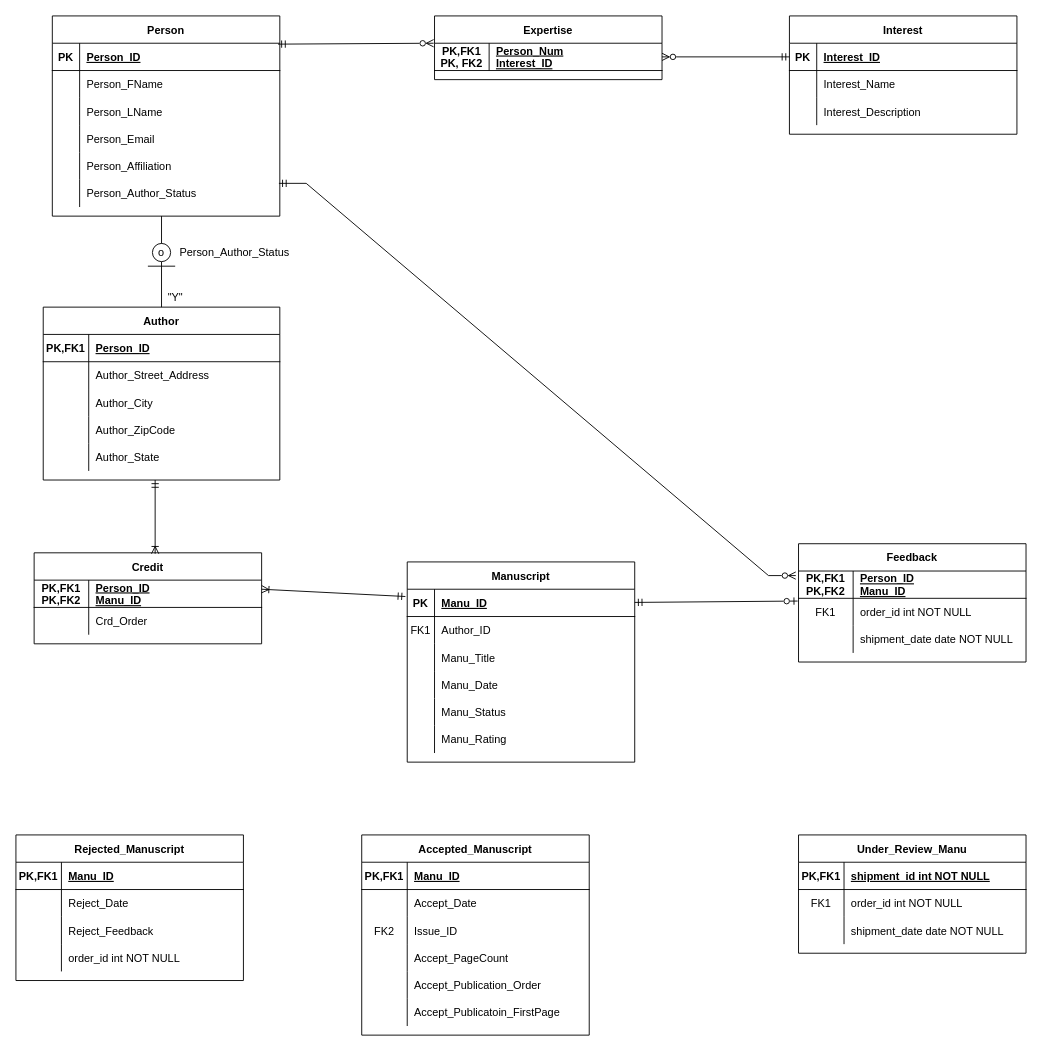
This is Untitled Diagram.drawio from kwoehrer/DatabaseHw, a draw.io file, before an edit. Source tidied: cells renumbered, new cells numbered last; positions are measured from the earlier drawing's top-left corner, leaving out a move shared by most shapes. Both pictures are drawn from the tidied source at 91%, with x=0, y=0 at pixel (15, 15).
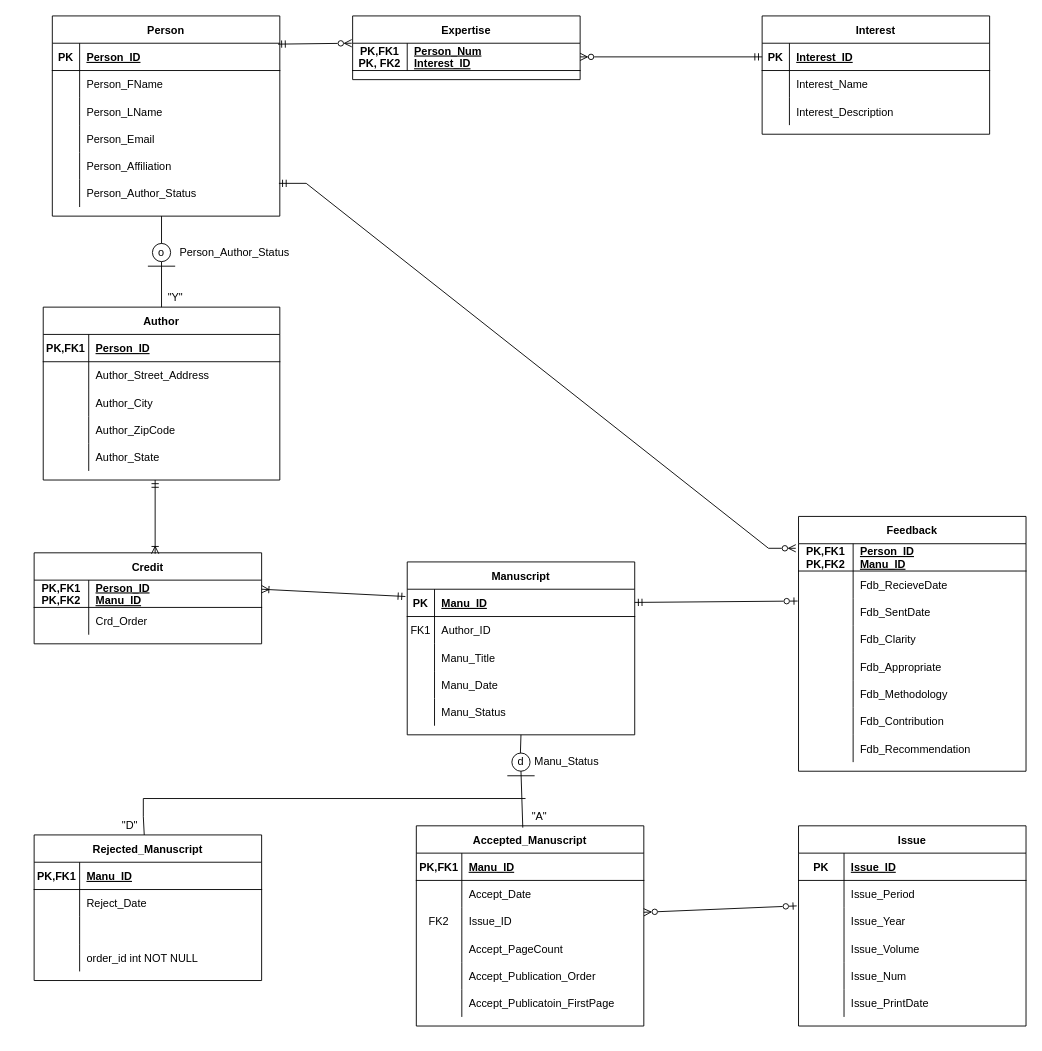
The same diagram, later.

Unchanged cells that the change refers to:
```xml
<mxCell id="83" style="shape=partialRectangle;fillColor=none;points=[[0,0.5],[1,0.5]];portConstraint=eastwest;top=0;left=0;right=0;bottom=0;" parent="76" vertex="1">
  <mxGeometry y="90" width="250" height="30" as="geometry" />
</mxCell>
<mxCell id="102" style="shape=partialRectangle;fillColor=none;top=0;left=0;right=0;bottom=0;" parent="95" vertex="1">
  <mxGeometry y="90" width="250" height="30" as="geometry" />
</mxCell>
```

What changed in the source:
```diff
@@
     <mxCell id="2" value="Manuscript" style="shape=table;startSize=30;childLayout=tableLayout;rowLines=0;fontStyle=1;align=center;" parent="1" vertex="1">
-      <mxGeometry x="430" y="600" width="250" height="220" as="geometry" />
+      <mxGeometry x="430" y="600" width="250" height="190" as="geometry" />
     </mxCell>
@@
-    <mxCell id="18" style="shape=partialRectangle;fillColor=none;top=0;left=0;right=0;bottom=0;" parent="2" vertex="1">
-      <mxGeometry y="180" width="250" height="30" as="geometry" />
-    </mxCell>
-    <mxCell id="19" style="shape=partialRectangle;overflow=hidden;fillColor=none;top=0;left=0;bottom=0;right=0;" parent="18" vertex="1">
-      <mxGeometry width="30" height="30" as="geometry" />
-    </mxCell>
-    <mxCell id="20" value="Manu_Rating" style="shape=partialRectangle;overflow=hidden;fillColor=none;top=0;left=0;bottom=0;right=0;align=left;spacingLeft=6;" parent="18" vertex="1">
-      <mxGeometry x="30" width="220" height="30" as="geometry" />
-    </mxCell>
@@
     <mxCell id="56" value="Feedback" style="shape=table;startSize=30;childLayout=tableLayout;rowLines=0;fontStyle=1;align=center;" parent="1" vertex="1">
-      <mxGeometry x="860" y="580" width="250" height="130" as="geometry" />
+      <mxGeometry x="860" y="550" width="250" height="280" as="geometry" />
     </mxCell>
@@
+    <mxCell id="140" style="shape=partialRectangle;fillColor=none;top=0;left=0;right=0;bottom=0;" parent="56" vertex="1">
+      <mxGeometry y="60" width="250" height="30" as="geometry" />
+    </mxCell>
+    <mxCell id="141" style="shape=partialRectangle;overflow=hidden;fillColor=none;top=0;left=0;bottom=0;right=0;" parent="140" vertex="1">
+      <mxGeometry width="60" height="30" as="geometry" />
+    </mxCell>
+    <mxCell id="142" value="Fdb_RecieveDate" style="shape=partialRectangle;overflow=hidden;fillColor=none;top=0;left=0;bottom=0;right=0;align=left;spacingLeft=6;" parent="140" vertex="1">
+      <mxGeometry x="60" width="190" height="30" as="geometry" />
+    </mxCell>
     <mxCell id="60" style="shape=partialRectangle;fillColor=none;points=[[0,0.5],[1,0.5]];portConstraint=eastwest;top=0;left=0;right=0;bottom=0;" parent="56" vertex="1">
-      <mxGeometry y="60" width="250" height="30" as="geometry" />
+      <mxGeometry y="90" width="250" height="30" as="geometry" />
     </mxCell>
-    <mxCell id="61" value="FK1" style="shape=partialRectangle;overflow=hidden;fillColor=none;top=0;left=0;bottom=0;right=0;" parent="60" vertex="1">
+    <mxCell id="61" style="shape=partialRectangle;overflow=hidden;fillColor=none;top=0;left=0;bottom=0;right=0;" parent="60" vertex="1">
       <mxGeometry width="60" height="30" as="geometry" />
     </mxCell>
-    <mxCell id="62" value="order_id int NOT NULL" style="shape=partialRectangle;overflow=hidden;fillColor=none;top=0;left=0;bottom=0;right=0;align=left;spacingLeft=6;" parent="60" vertex="1">
+    <mxCell id="62" value="Fdb_SentDate" style="shape=partialRectangle;overflow=hidden;fillColor=none;top=0;left=0;bottom=0;right=0;align=left;spacingLeft=6;" parent="60" vertex="1">
       <mxGeometry x="60" width="190" height="30" as="geometry" />
     </mxCell>
     <mxCell id="63" style="shape=partialRectangle;fillColor=none;top=0;left=0;right=0;bottom=0;" parent="56" vertex="1">
-      <mxGeometry y="90" width="250" height="30" as="geometry" />
+      <mxGeometry y="120" width="250" height="30" as="geometry" />
     </mxCell>
@@
-    <mxCell id="65" value="shipment_date date NOT NULL" style="shape=partialRectangle;overflow=hidden;fillColor=none;top=0;left=0;bottom=0;right=0;align=left;spacingLeft=6;" parent="63" vertex="1">
+    <mxCell id="65" value="Fdb_Clarity" style="shape=partialRectangle;overflow=hidden;fillColor=none;top=0;left=0;bottom=0;right=0;align=left;spacingLeft=6;" parent="63" vertex="1">
       <mxGeometry x="60" width="190" height="30" as="geometry" />
     </mxCell>
-    <mxCell id="66" value="Under_Review_Manu" style="shape=table;startSize=30;childLayout=tableLayout;rowLines=0;fontStyle=1;align=center;" parent="1" vertex="1">
-      <mxGeometry x="860" y="900" width="250" height="130" as="geometry" />
-    </mxCell>
-    <mxCell id="67" style="shape=partialRectangle;fillColor=none;top=0;left=0;right=0;bottom=1;" parent="66" vertex="1">
-      <mxGeometry y="30" width="250" height="30" as="geometry" />
-    </mxCell>
-    <mxCell id="68" value="PK,FK1" style="shape=partialRectangle;overflow=hidden;fillColor=none;top=0;left=0;bottom=0;right=0;fontStyle=1;" parent="67" vertex="1">
-      <mxGeometry width="50" height="30" as="geometry" />
-    </mxCell>
-    <mxCell id="69" value="shipment_id int NOT NULL " style="shape=partialRectangle;overflow=hidden;fillColor=none;top=0;left=0;bottom=0;right=0;align=left;spacingLeft=6;fontStyle=5;" parent="67" vertex="1">
-      <mxGeometry x="50" width="200" height="30" as="geometry" />
-    </mxCell>
-    <mxCell id="70" style="shape=partialRectangle;fillColor=none;top=0;left=0;right=0;bottom=0;" parent="66" vertex="1">
-      <mxGeometry y="60" width="250" height="30" as="geometry" />
-    </mxCell>
-    <mxCell id="71" value="FK1" style="shape=partialRectangle;overflow=hidden;fillColor=none;top=0;left=0;bottom=0;right=0;" parent="70" vertex="1">
-      <mxGeometry width="50" height="30" as="geometry" />
-    </mxCell>
-    <mxCell id="72" value="order_id int NOT NULL" style="shape=partialRectangle;overflow=hidden;fillColor=none;top=0;left=0;bottom=0;right=0;align=left;spacingLeft=6;" parent="70" vertex="1">
-      <mxGeometry x="50" width="200" height="30" as="geometry" />
-    </mxCell>
-    <mxCell id="73" style="shape=partialRectangle;fillColor=none;points=[[0,0.5],[1,0.5]];portConstraint=eastwest;top=0;left=0;right=0;bottom=0;" parent="66" vertex="1">
-      <mxGeometry y="90" width="250" height="30" as="geometry" />
-    </mxCell>
-    <mxCell id="74" style="shape=partialRectangle;overflow=hidden;fillColor=none;top=0;left=0;bottom=0;right=0;" parent="73" vertex="1">
-      <mxGeometry width="50" height="30" as="geometry" />
-    </mxCell>
-    <mxCell id="75" value="shipment_date date NOT NULL" style="shape=partialRectangle;overflow=hidden;fillColor=none;top=0;left=0;bottom=0;right=0;align=left;spacingLeft=6;" parent="73" vertex="1">
-      <mxGeometry x="50" width="200" height="30" as="geometry" />
-    </mxCell>
+    <mxCell id="143" style="shape=partialRectangle;fillColor=none;top=0;left=0;right=0;bottom=0;" parent="56" vertex="1">
+      <mxGeometry y="150" width="250" height="30" as="geometry" />
+    </mxCell>
+    <mxCell id="144" style="shape=partialRectangle;overflow=hidden;fillColor=none;top=0;left=0;bottom=0;right=0;" parent="143" vertex="1">
+      <mxGeometry width="60" height="30" as="geometry" />
+    </mxCell>
+    <mxCell id="145" value="Fdb_Appropriate" style="shape=partialRectangle;overflow=hidden;fillColor=none;top=0;left=0;bottom=0;right=0;align=left;spacingLeft=6;" parent="143" vertex="1">
+      <mxGeometry x="60" width="190" height="30" as="geometry" />
+    </mxCell>
+    <mxCell id="146" style="shape=partialRectangle;fillColor=none;top=0;left=0;right=0;bottom=0;" parent="56" vertex="1">
+      <mxGeometry y="180" width="250" height="30" as="geometry" />
+    </mxCell>
+    <mxCell id="147" style="shape=partialRectangle;overflow=hidden;fillColor=none;top=0;left=0;bottom=0;right=0;" parent="146" vertex="1">
+      <mxGeometry width="60" height="30" as="geometry" />
+    </mxCell>
+    <mxCell id="148" value="Fdb_Methodology" style="shape=partialRectangle;overflow=hidden;fillColor=none;top=0;left=0;bottom=0;right=0;align=left;spacingLeft=6;" parent="146" vertex="1">
+      <mxGeometry x="60" width="190" height="30" as="geometry" />
+    </mxCell>
+    <mxCell id="149" style="shape=partialRectangle;fillColor=none;top=0;left=0;right=0;bottom=0;" parent="56" vertex="1">
+      <mxGeometry y="210" width="250" height="30" as="geometry" />
+    </mxCell>
+    <mxCell id="150" style="shape=partialRectangle;overflow=hidden;fillColor=none;top=0;left=0;bottom=0;right=0;" parent="149" vertex="1">
+      <mxGeometry width="60" height="30" as="geometry" />
+    </mxCell>
+    <mxCell id="151" value="Fdb_Contribution" style="shape=partialRectangle;overflow=hidden;fillColor=none;top=0;left=0;bottom=0;right=0;align=left;spacingLeft=6;" parent="149" vertex="1">
+      <mxGeometry x="60" width="190" height="30" as="geometry" />
+    </mxCell>
+    <mxCell id="152" style="shape=partialRectangle;fillColor=none;top=0;left=0;right=0;bottom=0;" parent="56" vertex="1">
+      <mxGeometry y="240" width="250" height="30" as="geometry" />
+    </mxCell>
+    <mxCell id="153" style="shape=partialRectangle;overflow=hidden;fillColor=none;top=0;left=0;bottom=0;right=0;" parent="152" vertex="1">
+      <mxGeometry width="60" height="30" as="geometry" />
+    </mxCell>
+    <mxCell id="154" value="Fdb_Recommendation" style="shape=partialRectangle;overflow=hidden;fillColor=none;top=0;left=0;bottom=0;right=0;align=left;spacingLeft=6;" parent="152" vertex="1">
+      <mxGeometry x="60" width="190" height="30" as="geometry" />
+    </mxCell>
     <mxCell id="76" value="Accepted_Manuscript" style="shape=table;startSize=30;childLayout=tableLayout;rowLines=0;fontStyle=1;align=center;" parent="1" vertex="1">
-      <mxGeometry x="380" y="900" width="250" height="220" as="geometry" />
+      <mxGeometry x="440" y="890" width="250" height="220" as="geometry" />
     </mxCell>
@@
     <mxCell id="95" value="Rejected_Manuscript" style="shape=table;startSize=30;childLayout=tableLayout;rowLines=0;fontStyle=1;align=center;" parent="1" vertex="1">
-      <mxGeometry y="900" width="250" height="160" as="geometry" />
+      <mxGeometry x="20" y="900" width="250" height="160" as="geometry" />
     </mxCell>
@@
-    <mxCell id="104" value="Reject_Feedback" style="shape=partialRectangle;overflow=hidden;fillColor=none;top=0;left=0;bottom=0;right=0;align=left;spacingLeft=6;" parent="102" vertex="1">
+    <mxCell id="104" style="shape=partialRectangle;overflow=hidden;fillColor=none;top=0;left=0;bottom=0;right=0;align=left;spacingLeft=6;" parent="102" vertex="1">
       <mxGeometry x="50" width="200" height="30" as="geometry" />
     </mxCell>
@@
     <mxCell id="108" value="Expertise" style="shape=table;startSize=30;childLayout=tableLayout;rowLines=0;fontStyle=1;align=center;" parent="1" vertex="1">
-      <mxGeometry x="460" width="250" height="70" as="geometry" />
+      <mxGeometry x="370" width="250" height="70" as="geometry" />
     </mxCell>
@@
     <mxCell id="125" value="Interest" style="shape=table;startSize=30;childLayout=tableLayout;rowLines=0;fontStyle=1;align=center;" parent="1" vertex="1">
-      <mxGeometry x="850" width="250" height="130" as="geometry" />
+      <mxGeometry x="820" width="250" height="130" as="geometry" />
     </mxCell>
@@
+    <mxCell id="155" value="Issue" style="shape=table;startSize=30;childLayout=tableLayout;rowLines=0;fontStyle=1;align=center;" parent="1" vertex="1">
+      <mxGeometry x="860" y="890" width="250" height="220" as="geometry" />
+    </mxCell>
+    <mxCell id="67" style="shape=partialRectangle;fillColor=none;top=0;left=0;right=0;bottom=1;" parent="155" vertex="1">
+      <mxGeometry y="30" width="250" height="30" as="geometry" />
+    </mxCell>
+    <mxCell id="156" value="PK" style="shape=partialRectangle;overflow=hidden;fillColor=none;top=0;left=0;bottom=0;right=0;fontStyle=1;" parent="67" vertex="1">
+      <mxGeometry width="50" height="30" as="geometry" />
+    </mxCell>
+    <mxCell id="157" value="Issue_ID" style="shape=partialRectangle;overflow=hidden;fillColor=none;top=0;left=0;bottom=0;right=0;align=left;spacingLeft=6;fontStyle=5;" parent="67" vertex="1">
+      <mxGeometry x="50" width="200" height="30" as="geometry" />
+    </mxCell>
+    <mxCell id="158" style="shape=partialRectangle;fillColor=none;top=0;left=0;right=0;bottom=0;" parent="155" vertex="1">
+      <mxGeometry y="60" width="250" height="30" as="geometry" />
+    </mxCell>
+    <mxCell id="159" style="shape=partialRectangle;overflow=hidden;fillColor=none;top=0;left=0;bottom=0;right=0;" parent="158" vertex="1">
+      <mxGeometry width="50" height="30" as="geometry" />
+    </mxCell>
+    <mxCell id="160" value="Issue_Period" style="shape=partialRectangle;overflow=hidden;fillColor=none;top=0;left=0;bottom=0;right=0;align=left;spacingLeft=6;" parent="158" vertex="1">
+      <mxGeometry x="50" width="200" height="30" as="geometry" />
+    </mxCell>
+    <mxCell id="73" style="shape=partialRectangle;fillColor=none;points=[[0,0.5],[1,0.5]];portConstraint=eastwest;top=0;left=0;right=0;bottom=0;" parent="155" vertex="1">
+      <mxGeometry y="90" width="250" height="30" as="geometry" />
+    </mxCell>
+    <mxCell id="161" style="shape=partialRectangle;overflow=hidden;fillColor=none;top=0;left=0;bottom=0;right=0;" parent="73" vertex="1">
+      <mxGeometry width="50" height="30" as="geometry" />
+    </mxCell>
+    <mxCell id="162" value="Issue_Year" style="shape=partialRectangle;overflow=hidden;fillColor=none;top=0;left=0;bottom=0;right=0;align=left;spacingLeft=6;" parent="73" vertex="1">
+      <mxGeometry x="50" width="200" height="30" as="geometry" />
+    </mxCell>
+    <mxCell id="163" style="shape=partialRectangle;fillColor=none;top=0;left=0;right=0;bottom=0;" parent="155" vertex="1">
+      <mxGeometry y="120" width="250" height="30" as="geometry" />
+    </mxCell>
+    <mxCell id="164" style="shape=partialRectangle;overflow=hidden;fillColor=none;top=0;left=0;bottom=0;right=0;" parent="163" vertex="1">
+      <mxGeometry width="50" height="30" as="geometry" />
+    </mxCell>
+    <mxCell id="165" value="Issue_Volume" style="shape=partialRectangle;overflow=hidden;fillColor=none;top=0;left=0;bottom=0;right=0;align=left;spacingLeft=6;" parent="163" vertex="1">
+      <mxGeometry x="50" width="200" height="30" as="geometry" />
+    </mxCell>
+    <mxCell id="166" style="shape=partialRectangle;fillColor=none;top=0;left=0;right=0;bottom=0;" parent="155" vertex="1">
+      <mxGeometry y="150" width="250" height="30" as="geometry" />
+    </mxCell>
+    <mxCell id="167" style="shape=partialRectangle;overflow=hidden;fillColor=none;top=0;left=0;bottom=0;right=0;" parent="166" vertex="1">
+      <mxGeometry width="50" height="30" as="geometry" />
+    </mxCell>
+    <mxCell id="168" value="Issue_Num" style="shape=partialRectangle;overflow=hidden;fillColor=none;top=0;left=0;bottom=0;right=0;align=left;spacingLeft=6;" parent="166" vertex="1">
+      <mxGeometry x="50" width="200" height="30" as="geometry" />
+    </mxCell>
+    <mxCell id="169" style="shape=partialRectangle;fillColor=none;top=0;left=0;right=0;bottom=0;" parent="155" vertex="1">
+      <mxGeometry y="180" width="250" height="30" as="geometry" />
+    </mxCell>
+    <mxCell id="170" style="shape=partialRectangle;overflow=hidden;fillColor=none;top=0;left=0;bottom=0;right=0;" parent="169" vertex="1">
+      <mxGeometry width="50" height="30" as="geometry" />
+    </mxCell>
+    <mxCell id="171" value="Issue_PrintDate" style="shape=partialRectangle;overflow=hidden;fillColor=none;top=0;left=0;bottom=0;right=0;align=left;spacingLeft=6;" parent="169" vertex="1">
+      <mxGeometry x="50" width="200" height="30" as="geometry" />
+    </mxCell>
+    <mxCell id="172" style="endArrow=none;html=1;rounded=0;entryX=0.5;entryY=1;entryDx=0;entryDy=0;exitX=0.468;exitY=0.009;exitDx=0;exitDy=0;exitPerimeter=0;startArrow=none;" parent="1" edge="1" source="177" target="2">
+      <mxGeometry relative="1" as="geometry" />
+    </mxCell>
+    <mxCell id="173" style="endArrow=none;html=1;rounded=0;" parent="1" edge="1">
+      <mxGeometry relative="1" as="geometry">
+        <mxPoint x="140" y="860" as="sourcePoint" />
+        <mxPoint x="560" y="860" as="targetPoint" />
+      </mxGeometry>
+    </mxCell>
+    <mxCell id="174" style="endArrow=none;html=1;rounded=0;" parent="1" edge="1" source="95">
+      <mxGeometry relative="1" as="geometry">
+        <mxPoint x="140" y="860" as="targetPoint" />
+        <Array as="points">
+          <mxPoint x="140" y="880" />
+        </Array>
+      </mxGeometry>
+    </mxCell>
+    <mxCell id="175" style="endArrow=ERzeroToOne;html=1;rounded=0;exitX=1;exitY=0.167;exitDx=0;exitDy=0;exitPerimeter=0;entryX=-0.008;entryY=-0.067;entryDx=0;entryDy=0;entryPerimeter=0;startArrow=ERzeroToMany;startFill=0;endFill=0;" parent="1" edge="1" source="83" target="73">
+      <mxGeometry relative="1" as="geometry" />
+    </mxCell>
+    <mxCell id="176" value="Manu_Status" style="text;html=1;align=center;verticalAlign=middle;strokeColor=none;fillColor=none;" parent="1" vertex="1">
+      <mxGeometry x="560" y="810" width="90" height="20" as="geometry" />
+    </mxCell>
+    <mxCell id="177" value="d" style="ellipse;whiteSpace=wrap;html=1;" parent="1" vertex="1">
+      <mxGeometry x="545" y="810" width="20" height="20" as="geometry" />
+    </mxCell>
+    <mxCell id="178" style="endArrow=none;html=1;rounded=0;entryX=0.5;entryY=1;entryDx=0;entryDy=0;exitX=0.468;exitY=0.009;exitDx=0;exitDy=0;exitPerimeter=0;" parent="1" edge="1" source="76" target="177">
+      <mxGeometry relative="1" as="geometry" />
+    </mxCell>
+    <mxCell id="179" style="line;strokeWidth=1;dashed=0;labelPosition=right;align=left;verticalAlign=middle;spacingTop=0;spacingLeft=6;" parent="1" vertex="1">
+      <mxGeometry x="540" y="830" width="30" height="10" as="geometry" />
+    </mxCell>
+    <mxCell id="180" value="&quot;A&quot;" style="text;html=1;align=center;verticalAlign=middle;strokeColor=none;fillColor=none;" parent="1" vertex="1">
+      <mxGeometry x="560" y="870" width="30" height="20" as="geometry" />
+    </mxCell>
+    <mxCell id="181" value="&quot;D&quot;" style="text;html=1;align=center;verticalAlign=middle;strokeColor=none;fillColor=none;" parent="1" vertex="1">
+      <mxGeometry x="110" y="880" width="30" height="20" as="geometry" />
+    </mxCell>
```
